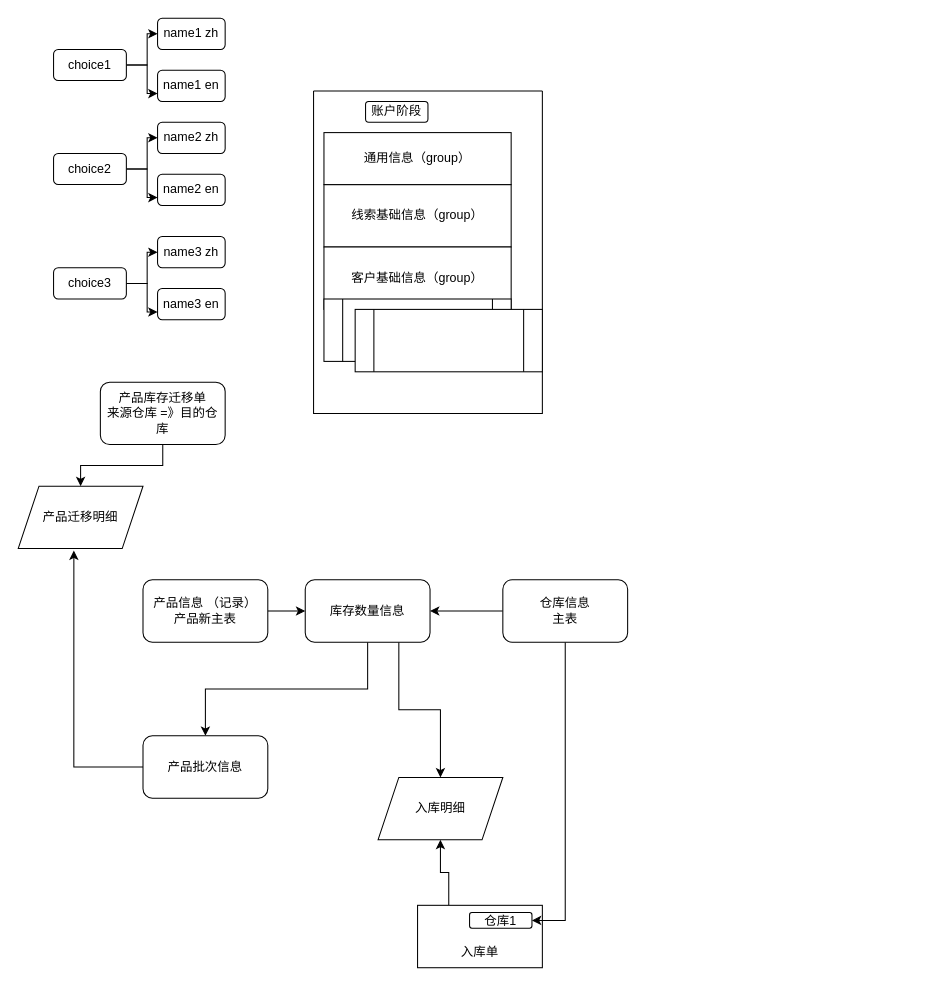
Earlier version of the draw.io diagram page "Entity" (3 of 8) of ERDiagram.drawio (sbosleo/sbosmobile). Source tidied: cells renumbered, new cells numbered last; positions are measured from the earlier drawing's top-left corner, leaving out a move shared by most shapes. Both pictures are drawn from the tidied source at 104%, with x=0, y=0 at pixel (18, 18).
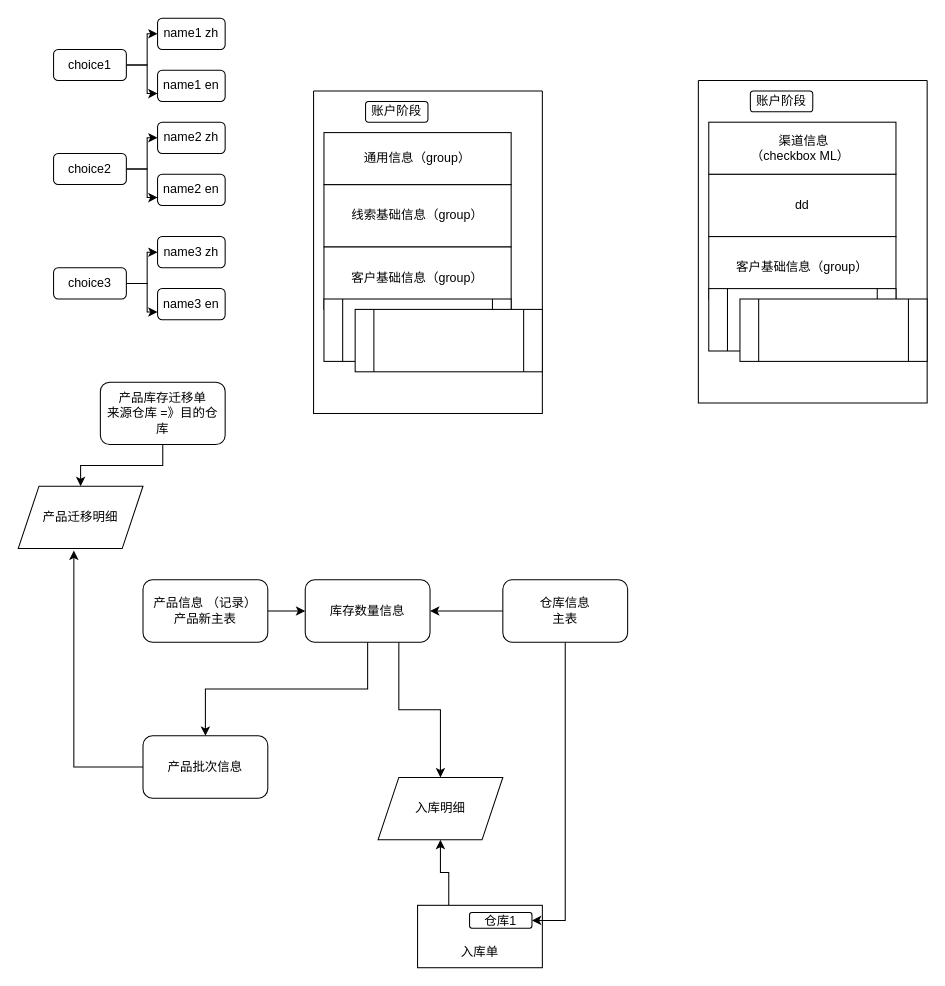
After the change.

The edit, as a diff of the source:
```diff
@@
+    <mxCell id="41" style="swimlane;startSize=0;" parent="1" vertex="1">
+      <mxGeometry x="654" y="60" width="220" height="310" as="geometry" />
+    </mxCell>
+    <mxCell id="42" value="dd" style="rounded=0;whiteSpace=wrap;html=1;" parent="41" vertex="1">
+      <mxGeometry x="10" y="90" width="180" height="60" as="geometry" />
+    </mxCell>
+    <mxCell id="43" value="客户基础信息（group）" style="rounded=0;whiteSpace=wrap;html=1;" parent="41" vertex="1">
+      <mxGeometry x="10" y="150" width="180" height="60" as="geometry" />
+    </mxCell>
+    <mxCell id="44" style="shape=process;whiteSpace=wrap;html=1;backgroundOutline=1;" parent="41" vertex="1">
+      <mxGeometry x="10" y="200" width="180" height="60" as="geometry" />
+    </mxCell>
+    <mxCell id="45" style="shape=process;whiteSpace=wrap;html=1;backgroundOutline=1;" parent="41" vertex="1">
+      <mxGeometry x="40" y="210" width="180" height="60" as="geometry" />
+    </mxCell>
+    <mxCell id="46" value="账户阶段" style="rounded=1;whiteSpace=wrap;html=1;" parent="41" vertex="1">
+      <mxGeometry x="50" y="10" width="60" height="20" as="geometry" />
+    </mxCell>
+    <mxCell id="47" value="&amp;nbsp;渠道信息&lt;div&gt;（checkbox ML）&amp;nbsp;&lt;/div&gt;" style="rounded=0;whiteSpace=wrap;html=1;" parent="41" vertex="1">
+      <mxGeometry x="10" y="40" width="180" height="50" as="geometry" />
+    </mxCell>
```
